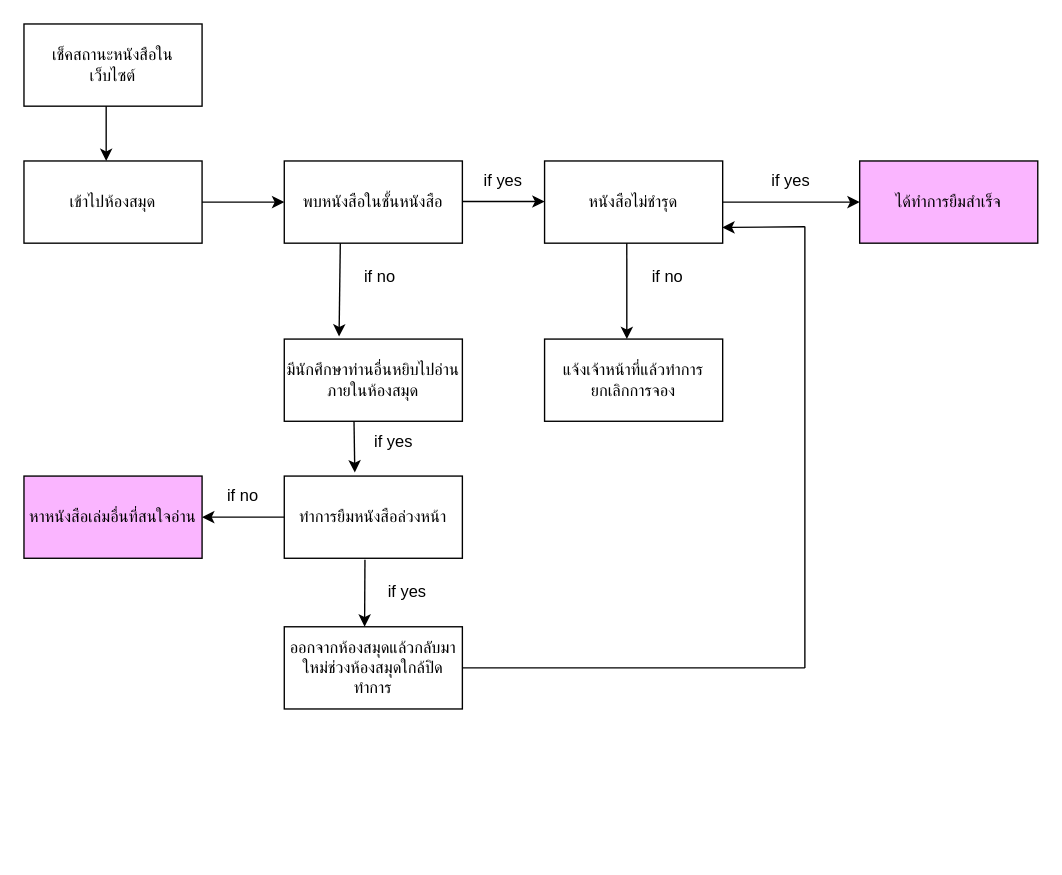
banthitamakjeen/git-workshop keeps this draw.io diagram as G.drawio. Above is the earlier version. Source tidied: cells renumbered, new cells numbered last; positions are measured from the earlier drawing's top-left corner, leaving out a move shared by most shapes. Both pictures are drawn from the tidied source at 137%, with x=0, y=0 at pixel (23, 23).
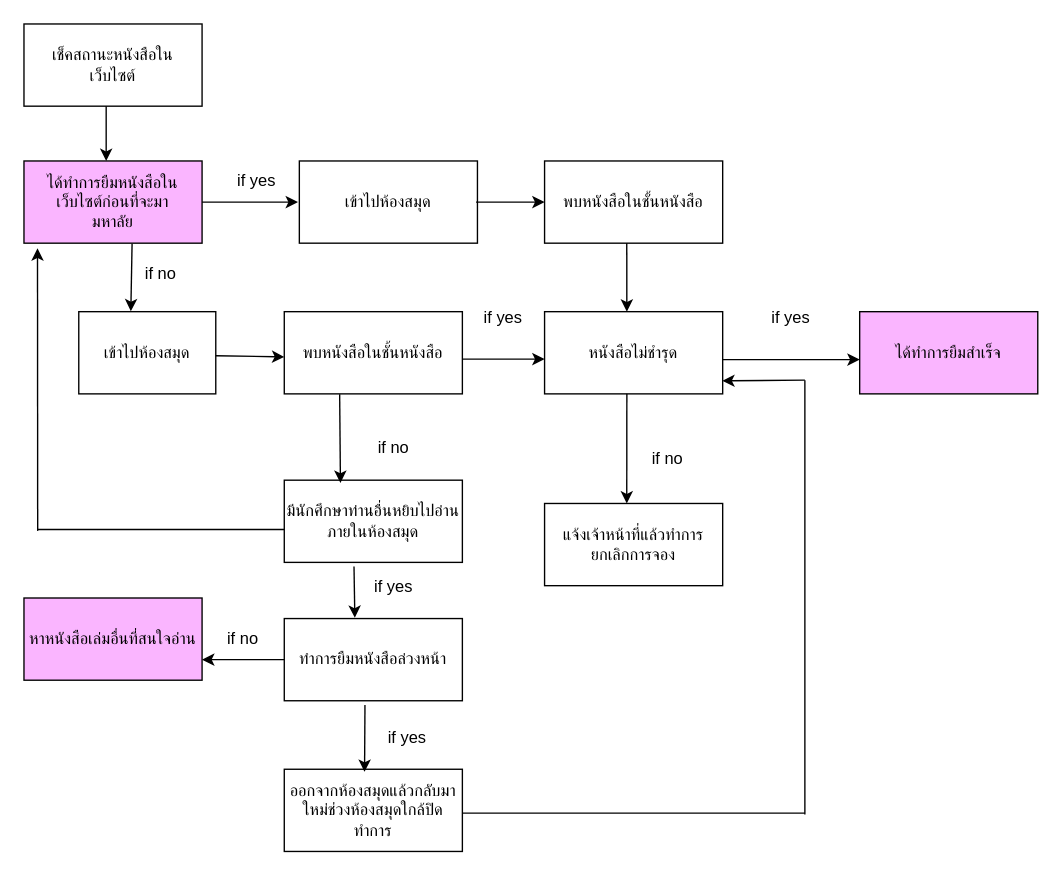
Above is the later version.

The edit, as a diff of the source:
```diff
@@
     <mxCell id="3" value="เข้าไปห้องสมุด" style="rounded=0;whiteSpace=wrap;html=1;" parent="1" vertex="1">
-      <mxGeometry y="100" width="130" height="60" as="geometry" />
+      <mxGeometry x="201" y="100" width="130" height="60" as="geometry" />
     </mxCell>
     <mxCell id="4" value="พบหนังสือในชั้นหนังสือ" style="rounded=0;whiteSpace=wrap;html=1;" parent="1" vertex="1">
-      <mxGeometry x="190" y="100" width="130" height="60" as="geometry" />
+      <mxGeometry x="190" y="210" width="130" height="60" as="geometry" />
     </mxCell>
     <mxCell id="5" value="ได้ทำการยืมสำเร็จ" style="rounded=0;whiteSpace=wrap;html=1;fillColor=#FAB5FF;" parent="1" vertex="1">
-      <mxGeometry x="610" y="100" width="130" height="60" as="geometry" />
+      <mxGeometry x="610" y="210" width="130" height="60" as="geometry" />
     </mxCell>
     <mxCell id="6" value="มีนักศึกษาท่านอื่นหยิบไปอ่านภายในห้องสมุด" style="rounded=0;whiteSpace=wrap;html=1;" parent="1" vertex="1">
-      <mxGeometry x="190" y="230" width="130" height="60" as="geometry" />
+      <mxGeometry x="190" y="333" width="130" height="60" as="geometry" />
     </mxCell>
@@
-    <mxCell id="8" style="endArrow=classic;html=1;rounded=0;entryX=0;entryY=0.5;entryDx=0;entryDy=0;" parent="1" edge="1" target="4">
-      <mxGeometry relative="1" as="geometry">
-        <mxPoint x="130" y="130" as="sourcePoint" />
-      </mxGeometry>
-    </mxCell>
     <mxCell id="9" style="endArrow=classic;html=1;rounded=0;entryX=0;entryY=0.5;entryDx=0;entryDy=0;" parent="1" edge="1">
       <mxGeometry relative="1" as="geometry">
-        <mxPoint x="320" y="129.6" as="sourcePoint" />
-        <mxPoint x="380" y="129.6" as="targetPoint" />
+        <mxPoint x="320" y="244.6" as="sourcePoint" />
+        <mxPoint x="380" y="244.6" as="targetPoint" />
       </mxGeometry>
     </mxCell>
-    <mxCell id="10" style="endArrow=classic;html=1;rounded=0;exitX=0.082;exitY=0.963;exitDx=0;exitDy=0;exitPerimeter=0;entryX=0.46;entryY=-0.068;entryDx=0;entryDy=0;entryPerimeter=0;" parent="1" edge="1">
+    <mxCell id="10" style="endArrow=classic;html=1;rounded=0;exitX=0.311;exitY=1.004;exitDx=0;exitDy=0;exitPerimeter=0;" parent="1" edge="1" source="4">
       <mxGeometry relative="1" as="geometry">
-        <mxPoint x="230.9" y="160" as="sourcePoint" />
-        <mxPoint x="230" y="228.1" as="targetPoint" />
+        <mxPoint x="231" y="335" as="targetPoint" />
       </mxGeometry>
     </mxCell>
     <mxCell id="11" value="if yes" style="text;html=1;strokeColor=none;fillColor=none;align=center;verticalAlign=middle;whiteSpace=wrap;rounded=0;" parent="1" vertex="1">
-      <mxGeometry x="320" y="100" width="60" height="30" as="geometry" />
+      <mxGeometry x="320" y="200" width="60" height="30" as="geometry" />
     </mxCell>
     <mxCell id="12" value="if no" style="text;html=1;strokeColor=none;fillColor=none;align=center;verticalAlign=middle;whiteSpace=wrap;rounded=0;" parent="1" vertex="1">
-      <mxGeometry x="230" y="170" width="60" height="30" as="geometry" />
+      <mxGeometry x="240" y="295" width="60" height="30" as="geometry" />
     </mxCell>
     <mxCell id="13" value="หนังสือไม่ชำรุด" style="rounded=0;whiteSpace=wrap;html=1;" parent="1" vertex="1">
-      <mxGeometry x="380" y="100" width="130" height="60" as="geometry" />
+      <mxGeometry x="380" y="210" width="130" height="60" as="geometry" />
     </mxCell>
-    <mxCell id="14" style="endArrow=classic;html=1;rounded=0;entryX=0;entryY=0.5;entryDx=0;entryDy=0;" parent="1" edge="1" target="5">
+    <mxCell id="14" style="endArrow=classic;html=1;rounded=0;entryX=0;entryY=0.5;entryDx=0;entryDy=0;" parent="1" edge="1">
       <mxGeometry relative="1" as="geometry">
-        <mxPoint x="510" y="130" as="sourcePoint" />
+        <mxPoint x="510" y="245" as="sourcePoint" />
+        <mxPoint x="610" y="245" as="targetPoint" />
       </mxGeometry>
     </mxCell>
     <mxCell id="15" value="if yes" style="text;html=1;strokeColor=none;fillColor=none;align=center;verticalAlign=middle;whiteSpace=wrap;rounded=0;" parent="1" vertex="1">
-      <mxGeometry x="530" y="100" width="60" height="30" as="geometry" />
+      <mxGeometry x="530" y="200" width="60" height="30" as="geometry" />
     </mxCell>
     <mxCell id="16" value="แจ้งเจ้าหน้าที่แล้วทำการยกเลิกการจอง" style="rounded=0;whiteSpace=wrap;html=1;" parent="1" vertex="1">
-      <mxGeometry x="380" y="230" width="130" height="60" as="geometry" />
+      <mxGeometry x="380" y="350" width="130" height="60" as="geometry" />
     </mxCell>
-    <mxCell id="17" style="endArrow=classic;html=1;rounded=0;entryX=0.462;entryY=0;entryDx=0;entryDy=0;entryPerimeter=0;" parent="1" edge="1" target="16">
+    <mxCell id="17" style="endArrow=classic;html=1;rounded=0;exitX=0.462;exitY=1;exitDx=0;exitDy=0;exitPerimeter=0;" parent="1" edge="1" source="13">
       <mxGeometry relative="1" as="geometry">
-        <mxPoint x="440" y="160" as="sourcePoint" />
+        <mxPoint x="440" y="350" as="targetPoint" />
       </mxGeometry>
     </mxCell>
     <mxCell id="18" value="if no" style="text;html=1;strokeColor=none;fillColor=none;align=center;verticalAlign=middle;whiteSpace=wrap;rounded=0;" parent="1" vertex="1">
-      <mxGeometry x="440" y="170" width="60" height="30" as="geometry" />
+      <mxGeometry x="440" y="303" width="60" height="30" as="geometry" />
     </mxCell>
     <mxCell id="19" value="ทำการยืมหนังสือล่วงหน้า" style="rounded=0;whiteSpace=wrap;html=1;" parent="1" vertex="1">
-      <mxGeometry x="190" y="330" width="130" height="60" as="geometry" />
+      <mxGeometry x="190" y="434" width="130" height="60" as="geometry" />
     </mxCell>
-    <mxCell id="20" style="endArrow=classic;html=1;rounded=0;exitX=0.082;exitY=0.963;exitDx=0;exitDy=0;exitPerimeter=0;entryX=0.396;entryY=-0.044;entryDx=0;entryDy=0;entryPerimeter=0;" parent="1" edge="1" target="19">
+    <mxCell id="20" style="endArrow=classic;html=1;rounded=0;exitX=0.082;exitY=0.963;exitDx=0;exitDy=0;exitPerimeter=0;entryX=0.396;entryY=-0.044;entryDx=0;entryDy=0;entryPerimeter=0;" parent="1" edge="1">
       <mxGeometry relative="1" as="geometry">
-        <mxPoint x="240.9" y="290" as="sourcePoint" />
+        <mxPoint x="240.9" y="396" as="sourcePoint" />
+        <mxPoint x="241.5" y="433.4" as="targetPoint" />
       </mxGeometry>
     </mxCell>
     <mxCell id="21" value="if yes" style="text;html=1;strokeColor=none;fillColor=none;align=center;verticalAlign=middle;whiteSpace=wrap;rounded=0;" parent="1" vertex="1">
-      <mxGeometry x="240" y="290" width="60" height="30" as="geometry" />
+      <mxGeometry x="240" y="396" width="60" height="30" as="geometry" />
     </mxCell>
     <mxCell id="22" value="หาหนังสือเล่มอื่นที่สนใจอ่าน" style="rounded=0;whiteSpace=wrap;html=1;fillColor=#FAB5FF;" parent="1" vertex="1">
-      <mxGeometry y="330" width="130" height="60" as="geometry" />
+      <mxGeometry y="419" width="130" height="60" as="geometry" />
     </mxCell>
-    <mxCell id="23" style="endArrow=classic;html=1;rounded=0;exitX=0;exitY=0.5;exitDx=0;exitDy=0;entryX=1;entryY=0.5;entryDx=0;entryDy=0;" parent="1" edge="1" source="19" target="22">
-      <mxGeometry relative="1" as="geometry" />
+    <mxCell id="23" style="endArrow=classic;html=1;rounded=0;exitX=0;exitY=0.5;exitDx=0;exitDy=0;entryX=1;entryY=0.5;entryDx=0;entryDy=0;" parent="1" edge="1" source="19">
+      <mxGeometry relative="1" as="geometry">
+        <mxPoint x="130" y="464" as="targetPoint" />
+      </mxGeometry>
     </mxCell>
     <mxCell id="24" value="if no" style="text;html=1;strokeColor=none;fillColor=none;align=center;verticalAlign=middle;whiteSpace=wrap;rounded=0;" parent="1" vertex="1">
-      <mxGeometry x="130" y="330" width="60" height="30" as="geometry" />
+      <mxGeometry x="130" y="434" width="60" height="30" as="geometry" />
     </mxCell>
     <mxCell id="25" value="ออกจากห้องสมุดแล้วกลับมาใหม่ช่วงห้องสมุดใกล้ปิดทำการ" style="rounded=0;whiteSpace=wrap;html=1;" parent="1" vertex="1">
-      <mxGeometry x="190" y="440" width="130" height="60" as="geometry" />
+      <mxGeometry x="190" y="544" width="130" height="60" as="geometry" />
     </mxCell>
-    <mxCell id="26" style="endArrow=classic;html=1;rounded=0;entryX=0.451;entryY=-0.001;entryDx=0;entryDy=0;entryPerimeter=0;exitX=0.453;exitY=1.019;exitDx=0;exitDy=0;exitPerimeter=0;" parent="1" edge="1" source="19" target="25">
-      <mxGeometry relative="1" as="geometry" />
+    <mxCell id="26" style="endArrow=classic;html=1;rounded=0;entryX=0.451;entryY=-0.001;entryDx=0;entryDy=0;entryPerimeter=0;exitX=0.453;exitY=1.019;exitDx=0;exitDy=0;exitPerimeter=0;" parent="1" edge="1">
+      <mxGeometry relative="1" as="geometry">
+        <mxPoint x="248.9" y="497.1" as="sourcePoint" />
+        <mxPoint x="248.6" y="545.9" as="targetPoint" />
+      </mxGeometry>
     </mxCell>
     <mxCell id="27" value="if yes" style="text;html=1;strokeColor=none;fillColor=none;align=center;verticalAlign=middle;whiteSpace=wrap;rounded=0;" parent="1" vertex="1">
-      <mxGeometry x="250" y="400" width="60" height="30" as="geometry" />
+      <mxGeometry x="250" y="506" width="60" height="30" as="geometry" />
     </mxCell>
     <mxCell id="28" style="endArrow=none;html=1;rounded=0;" parent="1" edge="1">
       <mxGeometry relative="1" as="geometry">
-        <mxPoint x="320" y="470" as="sourcePoint" />
-        <mxPoint x="570" y="470" as="targetPoint" />
+        <mxPoint x="320" y="576" as="sourcePoint" />
+        <mxPoint x="570" y="576" as="targetPoint" />
       </mxGeometry>
     </mxCell>
-    <mxCell id="29" style="endArrow=classic;html=1;rounded=0;entryX=0.998;entryY=0.809;entryDx=0;entryDy=0;entryPerimeter=0;" parent="1" edge="1" target="13">
+    <mxCell id="29" style="endArrow=classic;html=1;rounded=0;entryX=0.998;entryY=0.809;entryDx=0;entryDy=0;entryPerimeter=0;" parent="1" edge="1">
       <mxGeometry relative="1" as="geometry">
-        <mxPoint x="570" y="148" as="sourcePoint" />
+        <mxPoint x="570" y="260" as="sourcePoint" />
+        <mxPoint x="509.7" y="260.5" as="targetPoint" />
       </mxGeometry>
     </mxCell>
     <mxCell id="30" style="endArrow=none;html=1;rounded=0;" parent="1" edge="1">
       <mxGeometry relative="1" as="geometry">
-        <mxPoint x="570" y="470" as="sourcePoint" />
-        <mxPoint x="570" y="147.8" as="targetPoint" />
+        <mxPoint x="570" y="577" as="sourcePoint" />
+        <mxPoint x="570" y="260" as="targetPoint" />
       </mxGeometry>
     </mxCell>
+    <mxCell id="31" value="ได้ทำการยืมหนังสือในเว็บไซต์ก่อนที่จะมา&lt;br&gt;มหาลัย" style="rounded=0;whiteSpace=wrap;html=1;fillColor=#FAB5FF;" parent="1" vertex="1">
+      <mxGeometry y="100" width="130" height="60" as="geometry" />
+    </mxCell>
+    <mxCell id="32" style="endArrow=classic;html=1;rounded=0;" parent="1" edge="1">
+      <mxGeometry relative="1" as="geometry">
+        <mxPoint x="130" y="130" as="sourcePoint" />
+        <mxPoint x="200" y="130" as="targetPoint" />
+      </mxGeometry>
+    </mxCell>
+    <mxCell id="33" style="endArrow=none;html=1;rounded=0;" parent="1" edge="1">
+      <mxGeometry relative="1" as="geometry">
+        <mxPoint x="10" y="369" as="sourcePoint" />
+        <mxPoint x="190" y="369" as="targetPoint" />
+      </mxGeometry>
+    </mxCell>
+    <mxCell id="34" value="เข้าไปห้องสมุด" style="rounded=0;whiteSpace=wrap;html=1;" parent="1" vertex="1">
+      <mxGeometry x="40" y="210" width="100" height="60" as="geometry" />
+    </mxCell>
+    <mxCell id="35" value="if yes" style="text;html=1;strokeColor=none;fillColor=none;align=center;verticalAlign=middle;whiteSpace=wrap;rounded=0;" parent="1" vertex="1">
+      <mxGeometry x="140" y="100" width="60" height="30" as="geometry" />
+    </mxCell>
+    <mxCell id="36" value="if no" style="text;html=1;strokeColor=none;fillColor=none;align=center;verticalAlign=middle;whiteSpace=wrap;rounded=0;" parent="1" vertex="1">
+      <mxGeometry x="70" y="168" width="60" height="30" as="geometry" />
+    </mxCell>
+    <mxCell id="37" style="endArrow=classic;html=1;rounded=0;entryX=0.38;entryY=-0.005;entryDx=0;entryDy=0;entryPerimeter=0;exitX=0.607;exitY=1.008;exitDx=0;exitDy=0;exitPerimeter=0;" parent="1" edge="1" source="31" target="34">
+      <mxGeometry relative="1" as="geometry" />
+    </mxCell>
+    <mxCell id="38" style="endArrow=classic;html=1;rounded=0;entryX=0;entryY=0.5;entryDx=0;entryDy=0;" parent="1" edge="1">
+      <mxGeometry relative="1" as="geometry">
+        <mxPoint x="140" y="242.2" as="sourcePoint" />
+        <mxPoint x="190" y="243" as="targetPoint" />
+      </mxGeometry>
+    </mxCell>
+    <mxCell id="39" style="endArrow=classic;html=1;rounded=0;entryX=0.076;entryY=1.063;entryDx=0;entryDy=0;entryPerimeter=0;" parent="1" edge="1" target="31">
+      <mxGeometry relative="1" as="geometry">
+        <mxPoint x="10" y="370" as="sourcePoint" />
+      </mxGeometry>
+    </mxCell>
+    <mxCell id="40" value="พบหนังสือในชั้นหนังสือ" style="rounded=0;whiteSpace=wrap;html=1;" parent="1" vertex="1">
+      <mxGeometry x="380" y="100" width="130" height="60" as="geometry" />
+    </mxCell>
+    <mxCell id="41" style="endArrow=classic;html=1;rounded=0;entryX=0;entryY=0.5;entryDx=0;entryDy=0;" parent="1" edge="1" target="40">
+      <mxGeometry relative="1" as="geometry">
+        <mxPoint x="330" y="130" as="sourcePoint" />
+      </mxGeometry>
+    </mxCell>
+    <mxCell id="42" style="endArrow=classic;html=1;rounded=0;entryX=0.462;entryY=0;entryDx=0;entryDy=0;entryPerimeter=0;" parent="1" edge="1" target="13">
+      <mxGeometry relative="1" as="geometry">
+        <mxPoint x="440" y="160" as="sourcePoint" />
+      </mxGeometry>
+    </mxCell>
```
